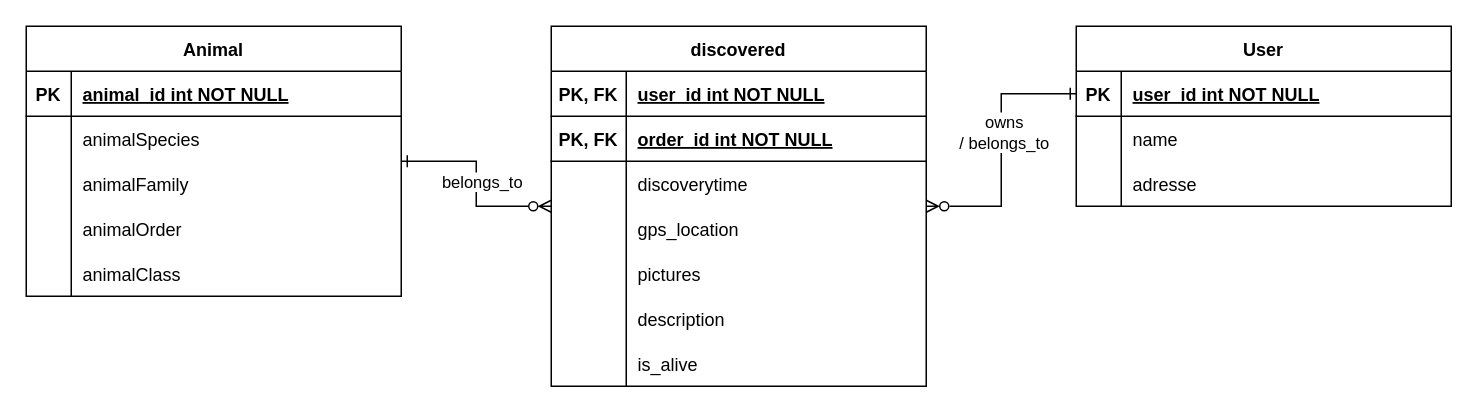
The draw.io diagram modeling/tierdexERM.drawio in JJJS777/moco2022SammoudSchurawlevSchiller, before the edit. Source tidied: cells renumbered, new cells numbered last; positions are measured from the earlier drawing's top-left corner, leaving out a move shared by most shapes. Both pictures are drawn from the tidied source at 150%, with x=0, y=0 at pixel (26, 26).
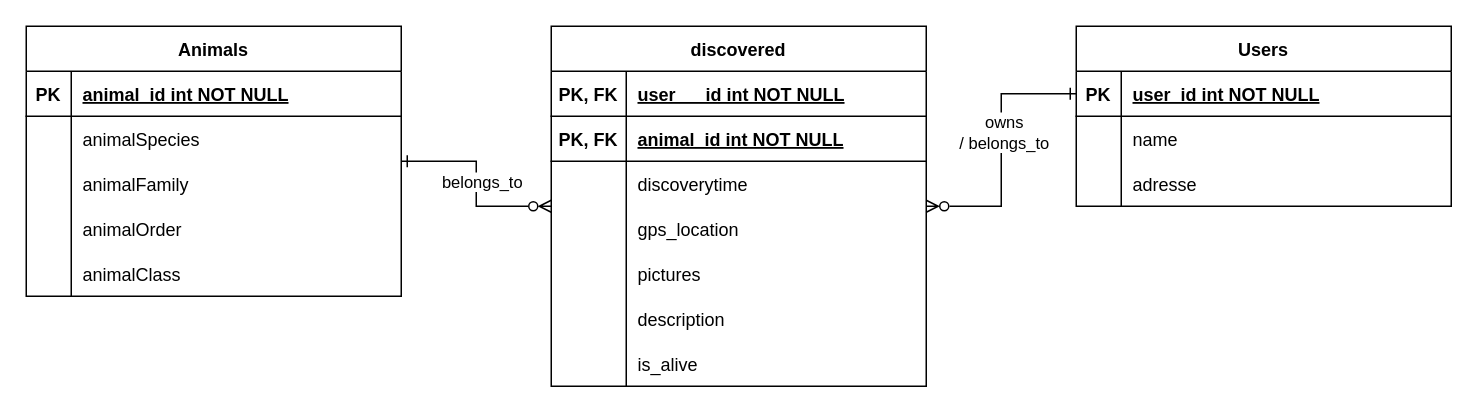
After the change.

The change refers to these unchanged cells:
```xml
<mxCell id="3" style="shape=partialRectangle;fillColor=none;top=0;left=0;right=0;bottom=1;" parent="2" vertex="1">
  <mxGeometry y="30" width="250" height="30" as="geometry" />
</mxCell>
<mxCell id="6" style="shape=partialRectangle;fillColor=none;top=0;left=0;right=0;bottom=1;" parent="2" vertex="1">
  <mxGeometry y="60" width="250" height="30" as="geometry" />
</mxCell>
```

Change to the diagram source:
```diff
@@
-    <mxCell id="5" value="user_id int NOT NULL " style="shape=partialRectangle;overflow=hidden;fillColor=none;top=0;left=0;bottom=0;right=0;align=left;spacingLeft=6;fontStyle=5;" parent="3" vertex="1">
+    <mxCell id="5" value="user    _id int NOT NULL " style="shape=partialRectangle;overflow=hidden;fillColor=none;top=0;left=0;bottom=0;right=0;align=left;spacingLeft=6;fontStyle=5;" parent="3" vertex="1">
       <mxGeometry x="50" width="200" height="30" as="geometry" />
     </mxCell>
@@
-    <mxCell id="8" value="order_id int NOT NULL " style="shape=partialRectangle;overflow=hidden;fillColor=none;top=0;left=0;bottom=0;right=0;align=left;spacingLeft=6;fontStyle=5;" parent="6" vertex="1">
+    <mxCell id="8" value="animal_id int NOT NULL " style="shape=partialRectangle;overflow=hidden;fillColor=none;top=0;left=0;bottom=0;right=0;align=left;spacingLeft=6;fontStyle=5;" parent="6" vertex="1">
       <mxGeometry x="50" width="200" height="30" as="geometry" />
     </mxCell>
@@
-    <mxCell id="24" value="User" style="shape=table;startSize=30;childLayout=tableLayout;rowLines=0;fontStyle=1;align=center;" parent="1" vertex="1">
+    <mxCell id="24" value="Users" style="shape=table;startSize=30;childLayout=tableLayout;rowLines=0;fontStyle=1;align=center;" parent="1" vertex="1">
       <mxGeometry x="700" width="250" height="120" as="geometry" />
     </mxCell>
@@
-    <mxCell id="36" value="Animal" style="shape=table;startSize=30;childLayout=tableLayout;rowLines=0;fontStyle=1;align=center;" parent="1" vertex="1">
+    <mxCell id="36" value="Animals" style="shape=table;startSize=30;childLayout=tableLayout;rowLines=0;fontStyle=1;align=center;" parent="1" vertex="1">
       <mxGeometry width="250" height="180" as="geometry" />
     </mxCell>
```
